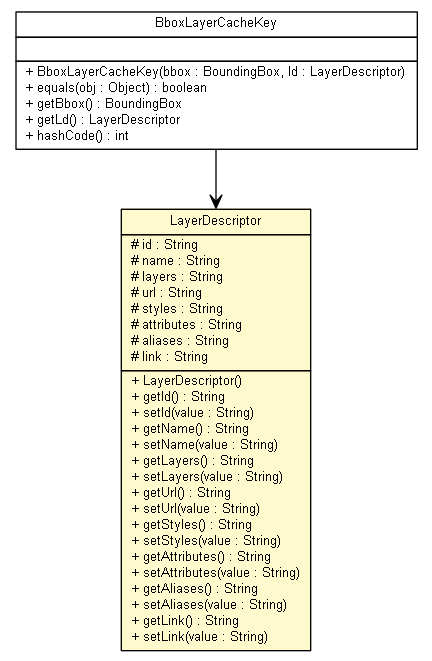
This is apidocs/nl/mineleni/cbsviewer/util/xml/LayerDescriptor.png from MinELenI/CBSviewer, a Graphviz export, as it was before one commit. Its source is kept beside it as apidocs/nl/mineleni/cbsviewer/util/xml/LayerDescriptor.dot.
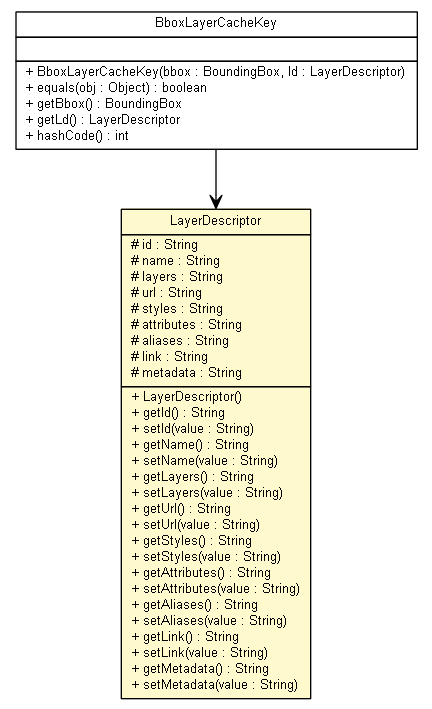
The same file after the commit.

Change to the diagram source:
```diff
@@ -32,6 +32,7 @@
 <tr><td align="left" balign="left"> # attributes : String </td></tr>
 <tr><td align="left" balign="left"> # aliases : String </td></tr>
 <tr><td align="left" balign="left"> # link : String </td></tr>
+<tr><td align="left" balign="left"> # metadata : String </td></tr>
 		</table></td></tr>
 		<tr><td><table border="0" cellspacing="0" cellpadding="1">
 <tr><td align="left" balign="left"> + LayerDescriptor() </td></tr>
@@ -51,6 +52,8 @@
 <tr><td align="left" balign="left"> + setAliases(value : String) </td></tr>
 <tr><td align="left" balign="left"> + getLink() : String </td></tr>
 <tr><td align="left" balign="left"> + setLink(value : String) </td></tr>
+<tr><td align="left" balign="left"> + getMetadata() : String </td></tr>
+<tr><td align="left" balign="left"> + setMetadata(value : String) </td></tr>
 		</table></td></tr>
 		</table>>, URL="./LayerDescriptor.html", fontname="arial", fontcolor="black", fontsize=10.0];
 	c1828:p -> c1855:p [taillabel="", label="", headlabel="", fontname="arial", fontcolor="black", fontsize=10.0, color="black", arrowhead=open];
```
